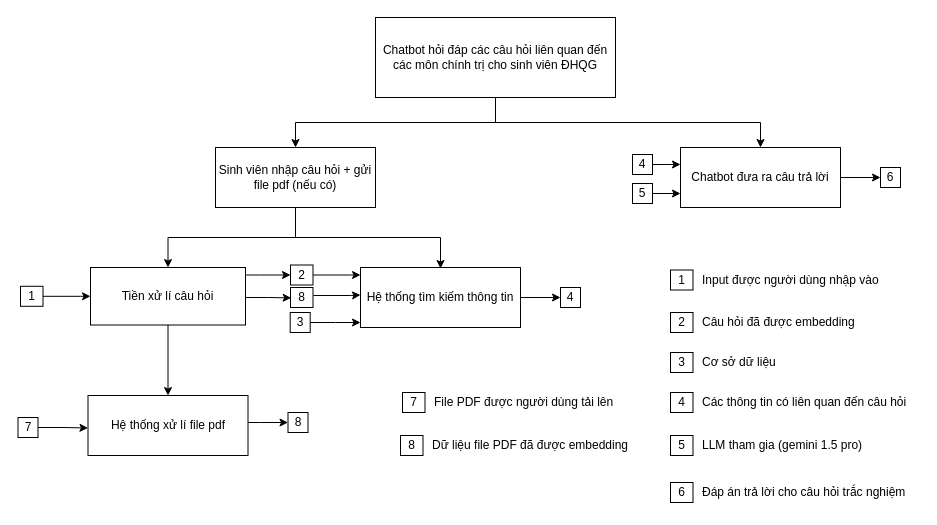
Before: AIThinking.drawio in ht-N/AIThinking, a draw.io diagram. Source tidied: cells renumbered, new cells numbered last; positions are measured from the earlier drawing's top-left corner, leaving out a move shared by most shapes. Both pictures are drawn from the tidied source at 100%, with x=0, y=0 at pixel (18, 17).
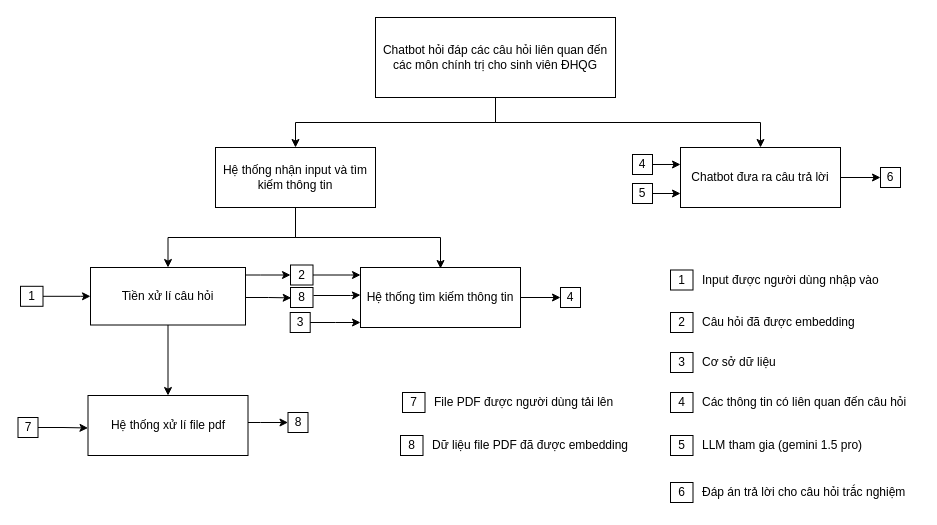
Above is the later version.

What changed in the source:
```diff
@@
-    <mxCell id="7" value="Sinh viên nhập câu hỏi + gửi file pdf (nếu có)" style="rounded=0;whiteSpace=wrap;html=1;" parent="1" vertex="1">
+    <mxCell id="7" value="Hệ thống nhận input và tìm kiếm thông tin" style="rounded=0;whiteSpace=wrap;html=1;" parent="1" vertex="1">
       <mxGeometry x="197" y="130" width="160" height="60" as="geometry" />
     </mxCell>
```
